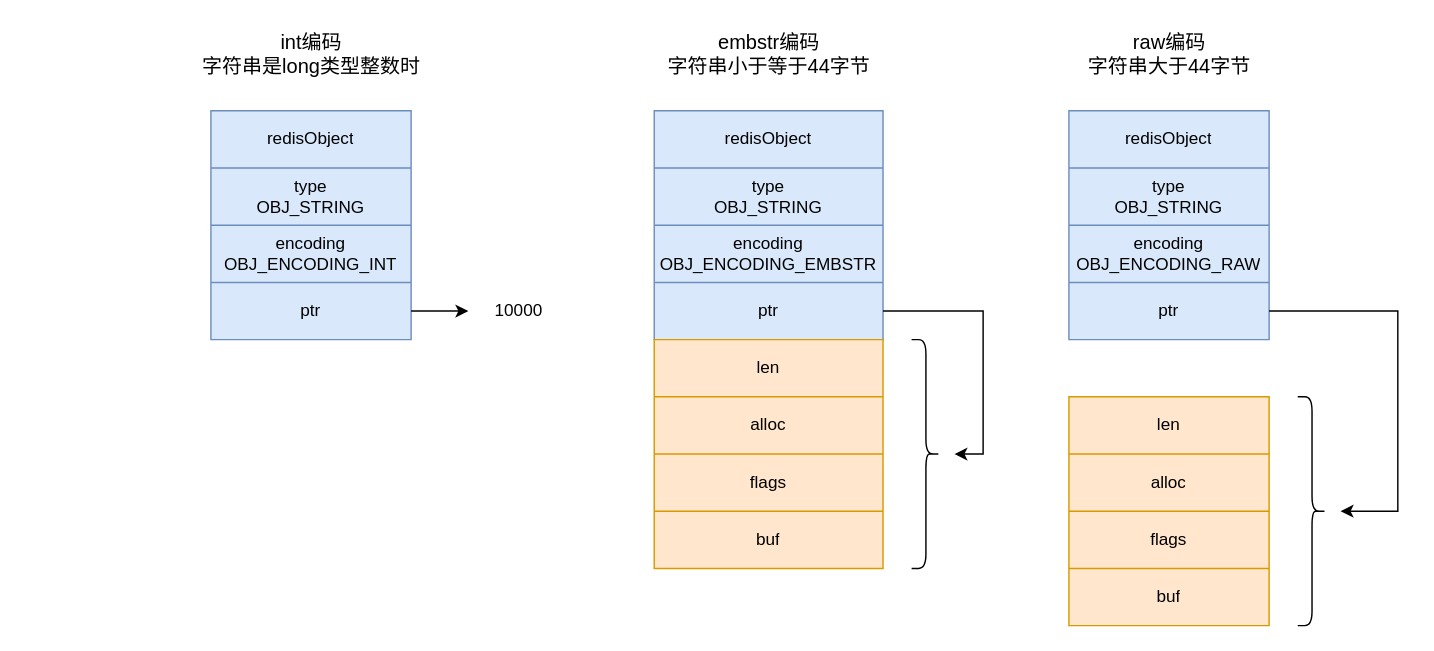
erlieStar/diagrams keeps this draw.io diagram as redis/字符串编码.drawio. Above is the earlier version. Source tidied: cells renumbered, new cells numbered last; positions are measured from the earlier drawing's top-left corner, leaving out a move shared by most shapes. Both pictures are drawn from the tidied source at 143%, with x=0, y=0 at pixel (189, 24).
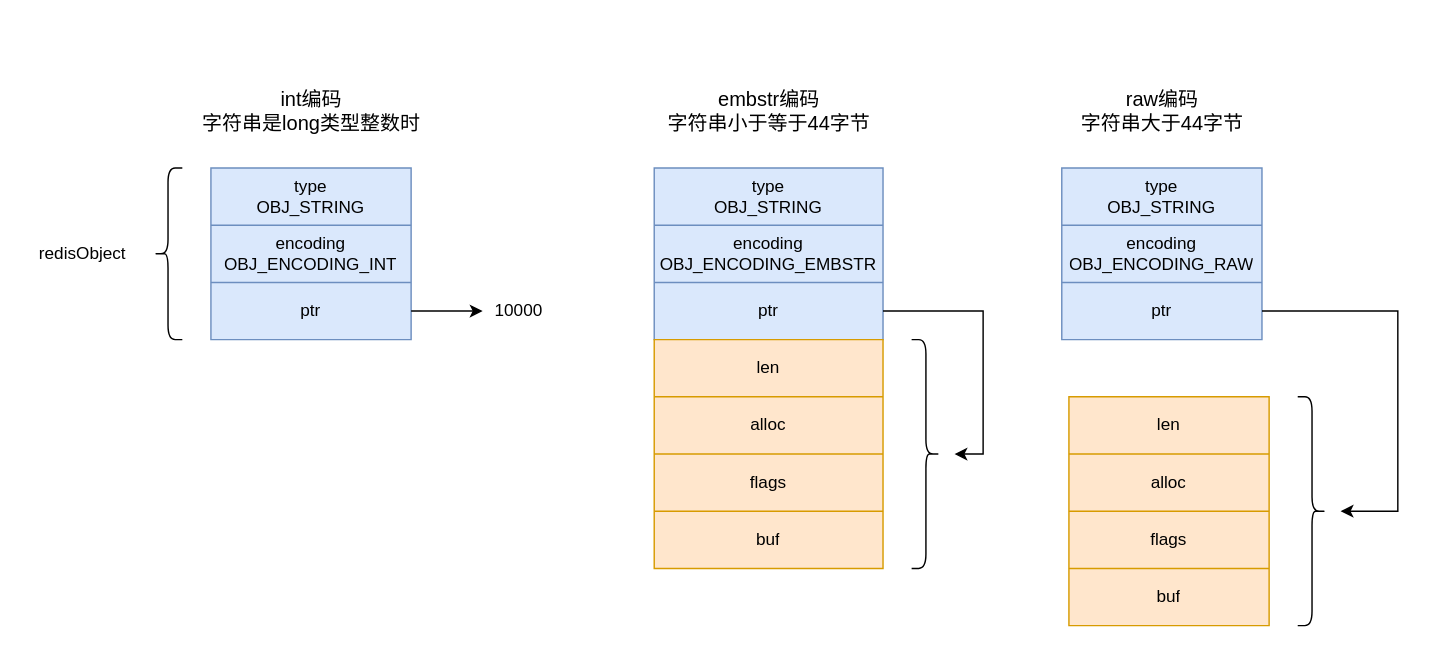
After the change.

The change refers to these unchanged cells:
```xml
<mxCell id="30" value="10000" style="text;html=1;align=center;verticalAlign=middle;points=[];strokeColor=none;fillColor=none;" parent="1" vertex="1">
  <mxGeometry x="205" y="190" width="50" height="20" as="geometry" />
</mxCell>
```

What changed in the source:
```diff
@@
     <mxCell id="2" style="shape=table;html=1;whiteSpace=wrap;startSize=0;childLayout=tableLayout;fillColor=#dae8fc;strokeColor=#6c8ebf;" parent="1" vertex="1">
-      <mxGeometry x="15" y="60" width="140" height="160" as="geometry" />
+      <mxGeometry x="15" y="100" width="140" height="120" as="geometry" />
     </mxCell>
-    <mxCell id="3" style="shape=partialRectangle;html=1;whiteSpace=wrap;fillColor=none;top=0;left=0;bottom=0;right=0;" parent="2" vertex="1">
-      <mxGeometry width="140" height="40" as="geometry" />
-    </mxCell>
-    <mxCell id="4" value="redisObject" style="shape=partialRectangle;html=1;whiteSpace=wrap;fillColor=none;top=0;left=0;bottom=0;right=0;overflow=hidden;" parent="3" vertex="1">
-      <mxGeometry width="140" height="40" as="geometry" />
-    </mxCell>
     <mxCell id="5" style="shape=partialRectangle;html=1;whiteSpace=wrap;fillColor=none;top=0;left=0;bottom=0;right=0;" parent="2" vertex="1">
-      <mxGeometry y="40" width="140" height="40" as="geometry" />
+      <mxGeometry width="140" height="40" as="geometry" />
     </mxCell>
@@
     <mxCell id="7" style="shape=partialRectangle;html=1;whiteSpace=wrap;fillColor=none;top=0;left=0;bottom=0;right=0;" parent="2" vertex="1">
-      <mxGeometry y="80" width="140" height="40" as="geometry" />
+      <mxGeometry y="40" width="140" height="40" as="geometry" />
     </mxCell>
@@
     <mxCell id="9" style="shape=partialRectangle;html=1;whiteSpace=wrap;fillColor=none;top=0;left=0;bottom=0;right=0;points=[[0,0.5],[1,0.5]];portConstraint=eastwest;" parent="2" vertex="1">
-      <mxGeometry y="120" width="140" height="40" as="geometry" />
+      <mxGeometry y="80" width="140" height="40" as="geometry" />
     </mxCell>
@@
     <mxCell id="11" style="shape=table;html=1;whiteSpace=wrap;startSize=0;childLayout=tableLayout;fillColor=#dae8fc;strokeColor=#6c8ebf;" parent="1" vertex="1">
-      <mxGeometry x="325" y="60" width="160" height="160" as="geometry" />
+      <mxGeometry x="325" y="100" width="160" height="120" as="geometry" />
     </mxCell>
-    <mxCell id="12" style="shape=partialRectangle;html=1;whiteSpace=wrap;fillColor=none;top=0;left=0;bottom=0;right=0;" parent="11" vertex="1">
-      <mxGeometry width="160" height="40" as="geometry" />
-    </mxCell>
-    <mxCell id="13" value="redisObject" style="shape=partialRectangle;html=1;whiteSpace=wrap;fillColor=none;top=0;left=0;bottom=0;right=0;overflow=hidden;" parent="12" vertex="1">
-      <mxGeometry width="160" height="40" as="geometry" />
-    </mxCell>
     <mxCell id="14" style="shape=partialRectangle;html=1;whiteSpace=wrap;fillColor=none;top=0;left=0;bottom=0;right=0;" parent="11" vertex="1">
-      <mxGeometry y="40" width="160" height="40" as="geometry" />
+      <mxGeometry width="160" height="40" as="geometry" />
     </mxCell>
@@
     <mxCell id="16" style="shape=partialRectangle;html=1;whiteSpace=wrap;fillColor=none;top=0;left=0;bottom=0;right=0;" parent="11" vertex="1">
-      <mxGeometry y="80" width="160" height="40" as="geometry" />
+      <mxGeometry y="40" width="160" height="40" as="geometry" />
     </mxCell>
@@
     <mxCell id="18" style="shape=partialRectangle;html=1;whiteSpace=wrap;fillColor=none;top=0;left=0;bottom=0;right=0;points=[[0,0.5],[1,0.5]];portConstraint=eastwest;" parent="11" vertex="1">
-      <mxGeometry y="120" width="160" height="40" as="geometry" />
+      <mxGeometry y="80" width="160" height="40" as="geometry" />
     </mxCell>
@@
     <mxCell id="20" style="shape=table;html=1;whiteSpace=wrap;startSize=0;childLayout=tableLayout;fillColor=#dae8fc;strokeColor=#6c8ebf;" parent="1" vertex="1">
-      <mxGeometry x="615" y="60" width="140" height="160" as="geometry" />
+      <mxGeometry x="610" y="100" width="140" height="120" as="geometry" />
     </mxCell>
-    <mxCell id="21" style="shape=partialRectangle;html=1;whiteSpace=wrap;fillColor=none;top=0;left=0;bottom=0;right=0;" parent="20" vertex="1">
-      <mxGeometry width="140" height="40" as="geometry" />
-    </mxCell>
-    <mxCell id="22" value="redisObject" style="shape=partialRectangle;html=1;whiteSpace=wrap;fillColor=none;top=0;left=0;bottom=0;right=0;overflow=hidden;" parent="21" vertex="1">
-      <mxGeometry width="140" height="40" as="geometry" />
-    </mxCell>
     <mxCell id="23" style="shape=partialRectangle;html=1;whiteSpace=wrap;fillColor=none;top=0;left=0;bottom=0;right=0;" parent="20" vertex="1">
-      <mxGeometry y="40" width="140" height="40" as="geometry" />
+      <mxGeometry width="140" height="40" as="geometry" />
     </mxCell>
@@
     <mxCell id="25" style="shape=partialRectangle;html=1;whiteSpace=wrap;fillColor=none;top=0;left=0;bottom=0;right=0;" parent="20" vertex="1">
-      <mxGeometry y="80" width="140" height="40" as="geometry" />
+      <mxGeometry y="40" width="140" height="40" as="geometry" />
     </mxCell>
@@
     <mxCell id="27" style="shape=partialRectangle;html=1;whiteSpace=wrap;fillColor=none;top=0;left=0;bottom=0;right=0;points=[[0,0.5],[1,0.5]];portConstraint=eastwest;" parent="20" vertex="1">
-      <mxGeometry y="120" width="140" height="40" as="geometry" />
+      <mxGeometry y="80" width="140" height="40" as="geometry" />
     </mxCell>
@@
-    <mxCell id="29" style="edgeStyle=orthogonalEdgeStyle;rounded=0;jettySize=auto;html=1;exitX=1;exitY=0.5;exitDx=0;exitDy=0;" parent="1" edge="1" source="9">
-      <mxGeometry relative="1" as="geometry">
-        <mxPoint x="195" y="200" as="targetPoint" />
-      </mxGeometry>
-    </mxCell>
@@
     <mxCell id="53" value="&lt;font style=&quot;font-size: 14px&quot;&gt;int编码&lt;br&gt;字符串是long类型整数时&lt;/font&gt;" style="text;html=1;align=center;verticalAlign=middle;strokeColor=none;fillColor=none;" parent="1" vertex="1">
-      <mxGeometry width="170" height="40" as="geometry" />
+      <mxGeometry y="40" width="170" height="40" as="geometry" />
     </mxCell>
     <mxCell id="54" value="&lt;font style=&quot;font-size: 14px&quot;&gt;embstr编码&lt;br&gt;字符串小于等于44字节&lt;/font&gt;" style="text;html=1;align=center;verticalAlign=middle;strokeColor=none;fillColor=none;" parent="1" vertex="1">
-      <mxGeometry x="325" width="160" height="40" as="geometry" />
+      <mxGeometry x="325" y="40" width="160" height="40" as="geometry" />
     </mxCell>
     <mxCell id="55" value="&lt;font style=&quot;font-size: 14px&quot;&gt;raw编码&lt;br&gt;字符串大于44字节&lt;/font&gt;" style="text;html=1;align=center;verticalAlign=middle;strokeColor=none;fillColor=none;" parent="1" vertex="1">
-      <mxGeometry x="620" width="130" height="40" as="geometry" />
+      <mxGeometry x="615" y="40" width="130" height="40" as="geometry" />
     </mxCell>
+    <mxCell id="56" style="edgeStyle=orthogonalEdgeStyle;rounded=0;jettySize=auto;html=1;exitX=1;exitY=0.5;exitDx=0;exitDy=0;" parent="1" edge="1" source="9" target="30">
+      <mxGeometry relative="1" as="geometry" />
+    </mxCell>
+    <mxCell id="57" value="&lt;span&gt;redisObject&lt;/span&gt;" style="text;html=1;align=center;verticalAlign=middle;strokeColor=none;fillColor=none;" parent="1" vertex="1">
+      <mxGeometry x="-115" y="150" width="80" height="20" as="geometry" />
+    </mxCell>
+    <mxCell id="58" style="shape=curlyBracket;whiteSpace=wrap;html=1;rounded=1;" parent="1" vertex="1">
+      <mxGeometry x="-25" y="100" width="20" height="120" as="geometry" />
+    </mxCell>
```
